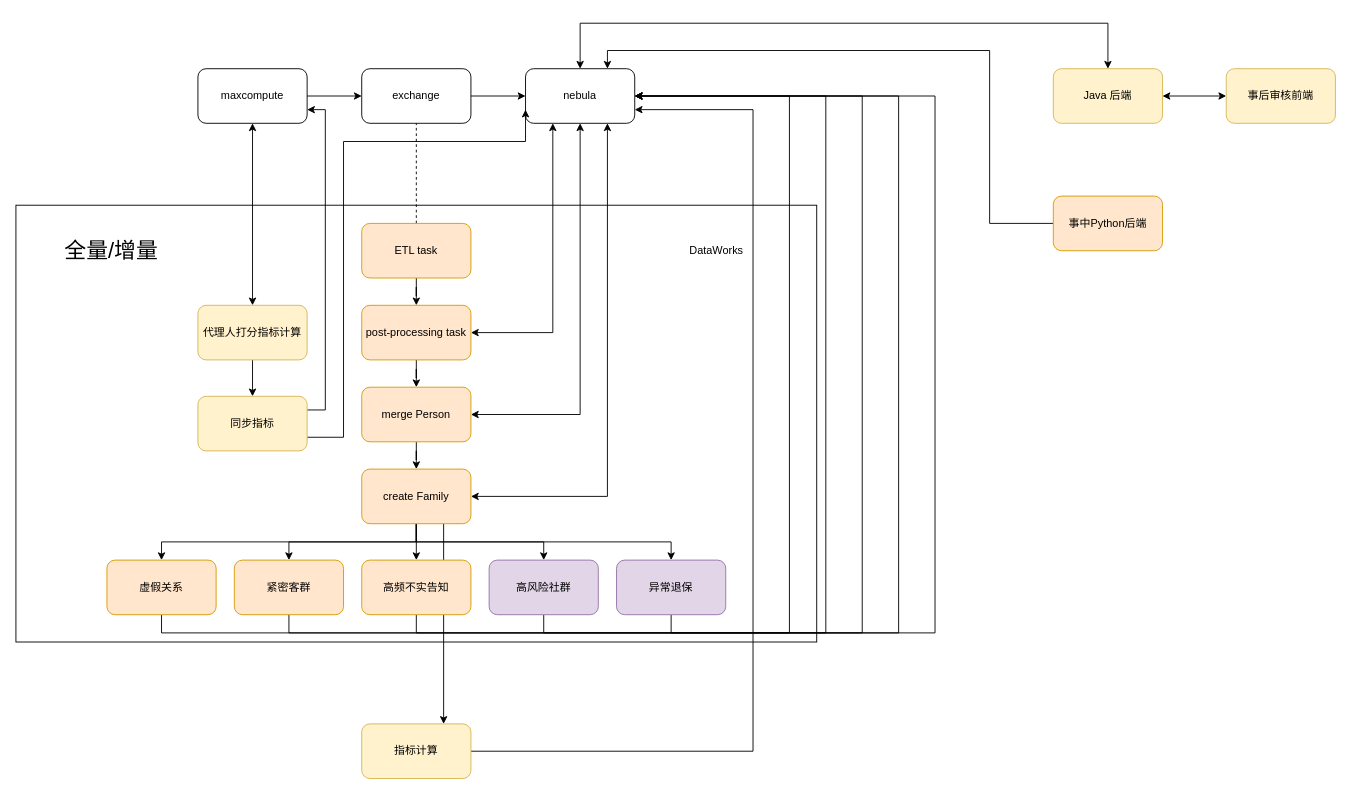
The draw.io diagram 友邦/架构.drawio in XiaoLiuAI/diagrams, before the edit. Source tidied: cells renumbered, new cells numbered last; positions are measured from the earlier drawing's top-left corner, leaving out a move shared by most shapes. Both pictures are drawn from the tidied source at 91%, with x=0, y=0 at pixel (15, 23).
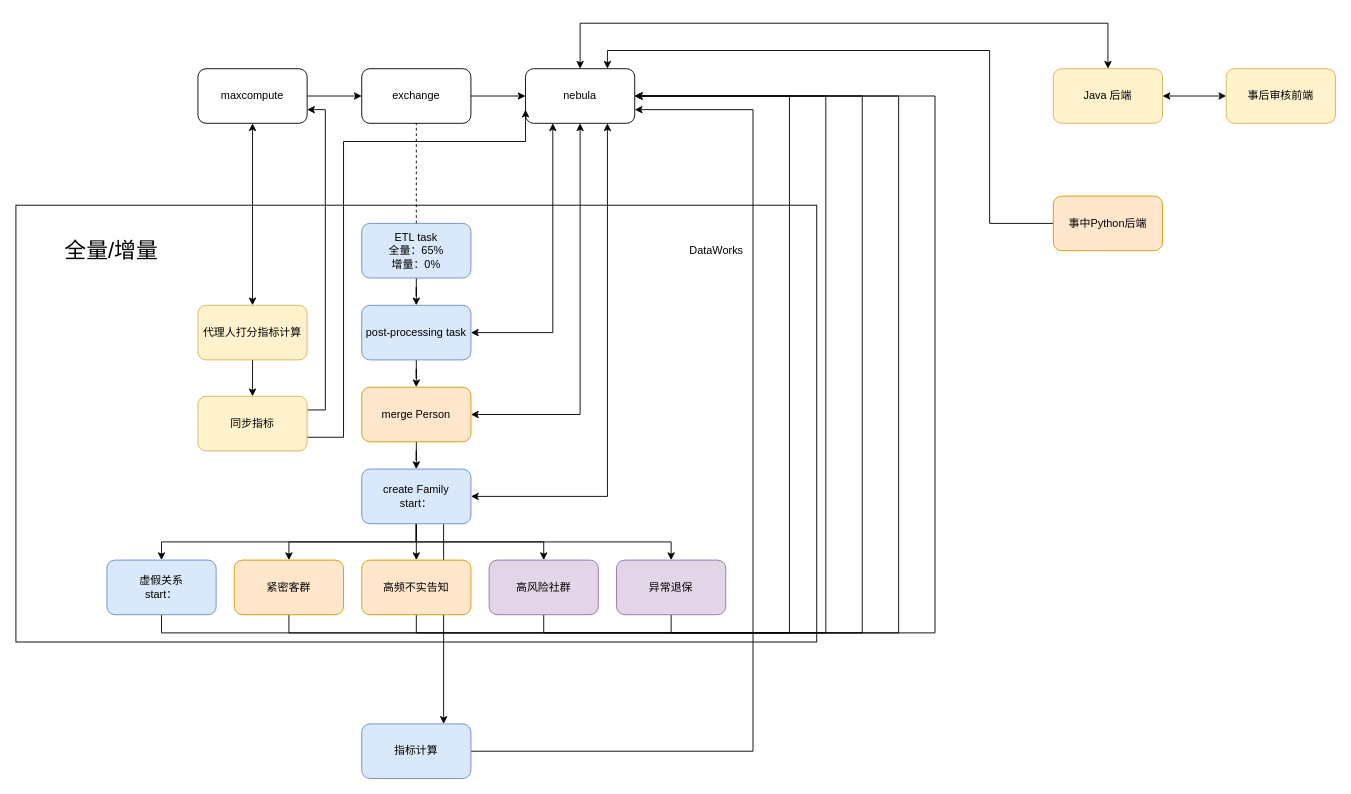
The same page after the edit.

The edit, as a diff of the source:
```diff
@@
-    <mxCell id="12" value="ETL task" style="rounded=1;whiteSpace=wrap;html=1;fillColor=#ffe6cc;strokeColor=#d79b00;" parent="1" vertex="1">
+    <mxCell id="12" value="ETL task&lt;br&gt;全量：65%&lt;br&gt;增量：0%" style="rounded=1;whiteSpace=wrap;html=1;fillColor=#dae8fc;strokeColor=#6c8ebf;" parent="1" vertex="1">
       <mxGeometry x="380" y="220" width="120" height="60" as="geometry" />
     </mxCell>
@@
-    <mxCell id="15" value="post-processing task" style="rounded=1;whiteSpace=wrap;html=1;fillColor=#ffe6cc;strokeColor=#d79b00;" parent="1" vertex="1">
+    <mxCell id="15" value="post-processing task" style="rounded=1;whiteSpace=wrap;html=1;fillColor=#dae8fc;strokeColor=#6c8ebf;" parent="1" vertex="1">
       <mxGeometry x="380" y="310" width="120" height="60" as="geometry" />
     </mxCell>
@@
-    <mxCell id="26" value="create Family" style="rounded=1;whiteSpace=wrap;html=1;fillColor=#ffe6cc;strokeColor=#d79b00;" parent="1" vertex="1">
+    <mxCell id="26" value="create Family&lt;br&gt;start：" style="rounded=1;whiteSpace=wrap;html=1;fillColor=#dae8fc;strokeColor=#6c8ebf;" parent="1" vertex="1">
       <mxGeometry x="380" y="490" width="120" height="60" as="geometry" />
     </mxCell>
@@
-    <mxCell id="28" value="虚假关系" style="rounded=1;whiteSpace=wrap;html=1;fillColor=#ffe6cc;strokeColor=#d79b00;" parent="1" vertex="1">
+    <mxCell id="28" value="虚假关系&lt;br&gt;start：" style="rounded=1;whiteSpace=wrap;html=1;fillColor=#dae8fc;strokeColor=#6c8ebf;" parent="1" vertex="1">
       <mxGeometry x="100" y="590" width="120" height="60" as="geometry" />
     </mxCell>
@@
-    <mxCell id="45" value="指标计算" style="rounded=1;whiteSpace=wrap;html=1;fillColor=#fff2cc;strokeColor=#d6b656;" parent="1" vertex="1">
+    <mxCell id="45" value="指标计算" style="rounded=1;whiteSpace=wrap;html=1;fillColor=#dae8fc;strokeColor=#6c8ebf;" parent="1" vertex="1">
       <mxGeometry x="380" y="770" width="120" height="60" as="geometry" />
     </mxCell>
```
